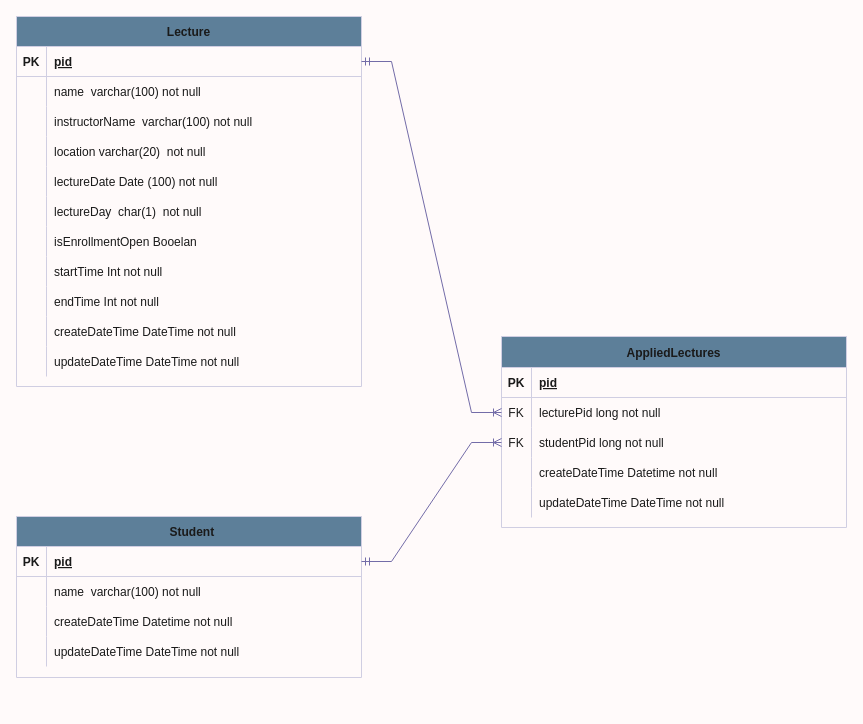
Above: 제목 없는 다이어그램.drawio in GustavEiffels/hhplus-tdd-2week-java (draw.io), before the change. Source tidied: cells renumbered, new cells numbered last; positions are measured from the earlier drawing's top-left corner, leaving out a move shared by most shapes. Both pictures are drawn from the tidied source at 100%, with x=0, y=0 at pixel (16, 16).
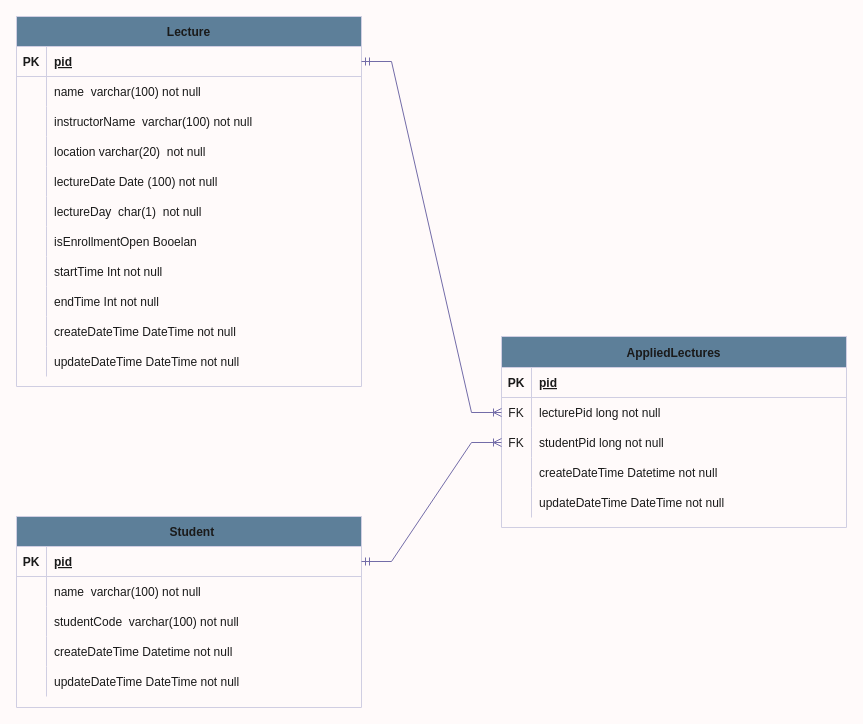
The same diagram, later.

Commit message (it also covers changes not shown here):
제목 없는 다이어그램.drawio 업데이트

What changed in the source:
```diff
@@
     <mxCell id="36" value="  Student" style="shape=table;startSize=30;childLayout=tableLayout;rowLines=0;fontStyle=1;align=center;labelBackgroundColor=none;fillColor=#5D7F99;strokeColor=#D0CEE2;fontColor=#1A1A1A;" parent="1" vertex="1">
-      <mxGeometry y="500" width="345" height="161" as="geometry" />
+      <mxGeometry y="500" width="345" height="191" as="geometry" />
     </mxCell>
@@
+    <mxCell id="67" style="shape=partialRectangle;fillColor=none;top=0;left=0;right=0;bottom=0;labelBackgroundColor=none;strokeColor=#D0CEE2;fontColor=#1A1A1A;" parent="36" vertex="1">
+      <mxGeometry y="90" width="345" height="30" as="geometry" />
+    </mxCell>
+    <mxCell id="68" style="shape=partialRectangle;overflow=hidden;fillColor=none;top=0;left=0;bottom=0;right=0;labelBackgroundColor=none;strokeColor=#D0CEE2;fontColor=#1A1A1A;" parent="67" vertex="1">
+      <mxGeometry width="30" height="30" as="geometry" />
+    </mxCell>
+    <mxCell id="69" value="studentCode  varchar(100) not null " style="shape=partialRectangle;overflow=hidden;fillColor=none;top=0;left=0;bottom=0;right=0;align=left;spacingLeft=6;labelBackgroundColor=none;strokeColor=#D0CEE2;fontColor=#1A1A1A;" parent="67" vertex="1">
+      <mxGeometry x="30" width="315" height="30" as="geometry" />
+    </mxCell>
     <mxCell id="43" style="shape=partialRectangle;fillColor=none;top=0;left=0;right=0;bottom=0;labelBackgroundColor=none;strokeColor=#D0CEE2;fontColor=#1A1A1A;" parent="36" vertex="1">
-      <mxGeometry y="90" width="345" height="30" as="geometry" />
+      <mxGeometry y="120" width="345" height="30" as="geometry" />
     </mxCell>
@@
     <mxCell id="46" style="shape=partialRectangle;fillColor=none;top=0;left=0;right=0;bottom=0;labelBackgroundColor=none;strokeColor=#D0CEE2;fontColor=#1A1A1A;" parent="36" vertex="1">
-      <mxGeometry y="120" width="345" height="30" as="geometry" />
+      <mxGeometry y="150" width="345" height="30" as="geometry" />
     </mxCell>
```
